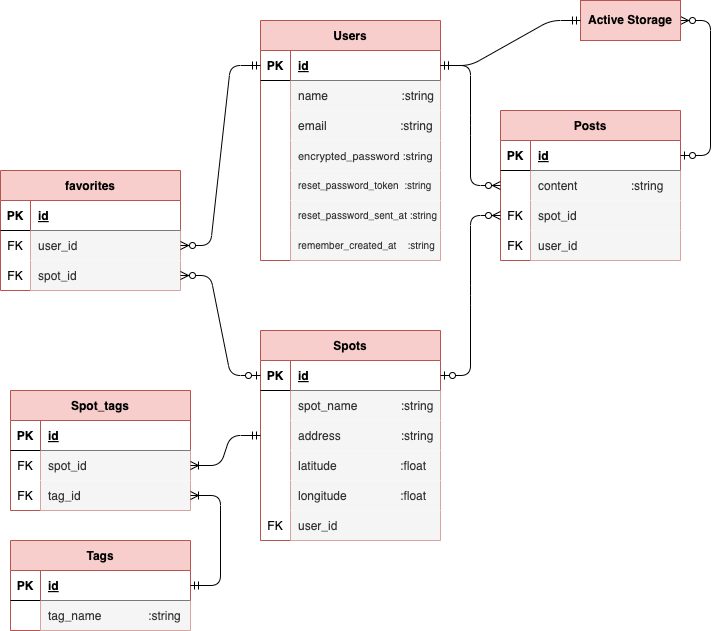
This is motomap_er.png from Gentz-1997/moto_app, a draw.io export, as it was before one commit. Source tidied: cells renumbered, new cells last; positions are measured from the earlier drawing's top-left corner, leaving out a move shared by most shapes.
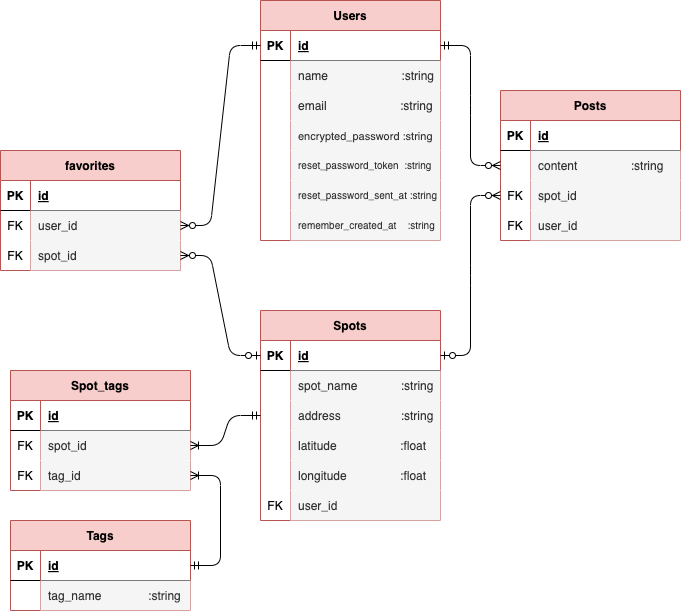
After the change.

The edit, as a diff of the source:
```diff
@@ -236,9 +236,6 @@
     <mxCell id="79" style="edgeStyle=entityRelationEdgeStyle;fontSize=12;html=1;endArrow=ERzeroToMany;startArrow=ERmandOne;exitX=0;exitY=0.5;exitDx=0;exitDy=0;entryX=1;entryY=0.5;entryDx=0;entryDy=0;" parent="1" edge="1" source="3" target="70">
       <mxGeometry relative="1" as="geometry" />
     </mxCell>
-    <mxCell id="80" style="edgeStyle=entityRelationEdgeStyle;fontSize=12;html=1;endArrow=ERzeroToMany;startArrow=ERzeroToOne;entryX=1;entryY=0.5;entryDx=0;entryDy=0;exitX=1;exitY=0.5;exitDx=0;exitDy=0;" parent="1" edge="1" source="54" target="90">
-      <mxGeometry relative="1" as="geometry" />
-    </mxCell>
     <mxCell id="81" value="Tags" style="shape=table;startSize=30;rowLines=0;fontStyle=1;align=center;fillColor=#f8cecc;strokeColor=#b85450;" parent="1" vertex="1">
       <mxGeometry x="10" y="540" width="180" height="90" as="geometry" />
     </mxCell>
@@ -266,11 +263,5 @@
     <mxCell id="89" style="edgeStyle=entityRelationEdgeStyle;fontSize=12;html=1;endArrow=ERoneToMany;startArrow=ERmandOne;entryX=1;entryY=0.5;entryDx=0;entryDy=0;exitX=0;exitY=0.5;exitDx=0;exitDy=0;" parent="1" edge="1" source="31" target="47">
       <mxGeometry relative="1" as="geometry" />
     </mxCell>
-    <mxCell id="90" value="&lt;span style=&quot;font-size: 12px; font-weight: 700;&quot;&gt;Active Storage&lt;/span&gt;" style="whiteSpace=wrap;html=1;align=center;strokeColor=#b85450;fontSize=10;fillColor=#f8cecc;" parent="1" vertex="1">
-      <mxGeometry x="580" width="100" height="40" as="geometry" />
-    </mxCell>
-    <mxCell id="91" style="edgeStyle=entityRelationEdgeStyle;fontSize=12;html=1;endArrow=ERmandOne;startArrow=ERmandOne;exitX=1;exitY=0.5;exitDx=0;exitDy=0;entryX=0;entryY=0.5;entryDx=0;entryDy=0;" parent="1" edge="1" source="3" target="90">
-      <mxGeometry relative="1" as="geometry" />
-    </mxCell>
   </root>
 </mxGraphModel>
```
